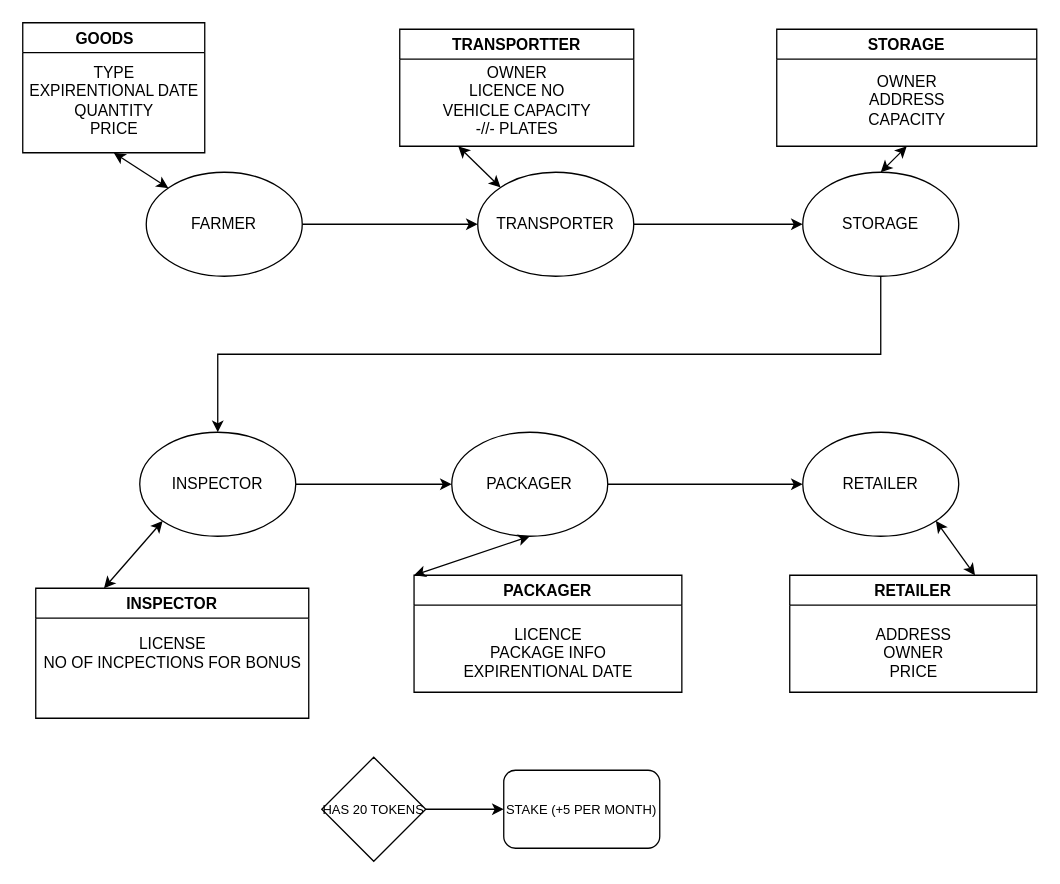
Before: Untitled Diagram.drawio in gianniskok/agricultural-sc, a draw.io diagram. Source tidied: cells renumbered, new cells numbered last; positions are measured from the earlier drawing's top-left corner, leaving out a move shared by most shapes. Both pictures are drawn from the tidied source at 130%, with x=0, y=0 at pixel (22, 22).
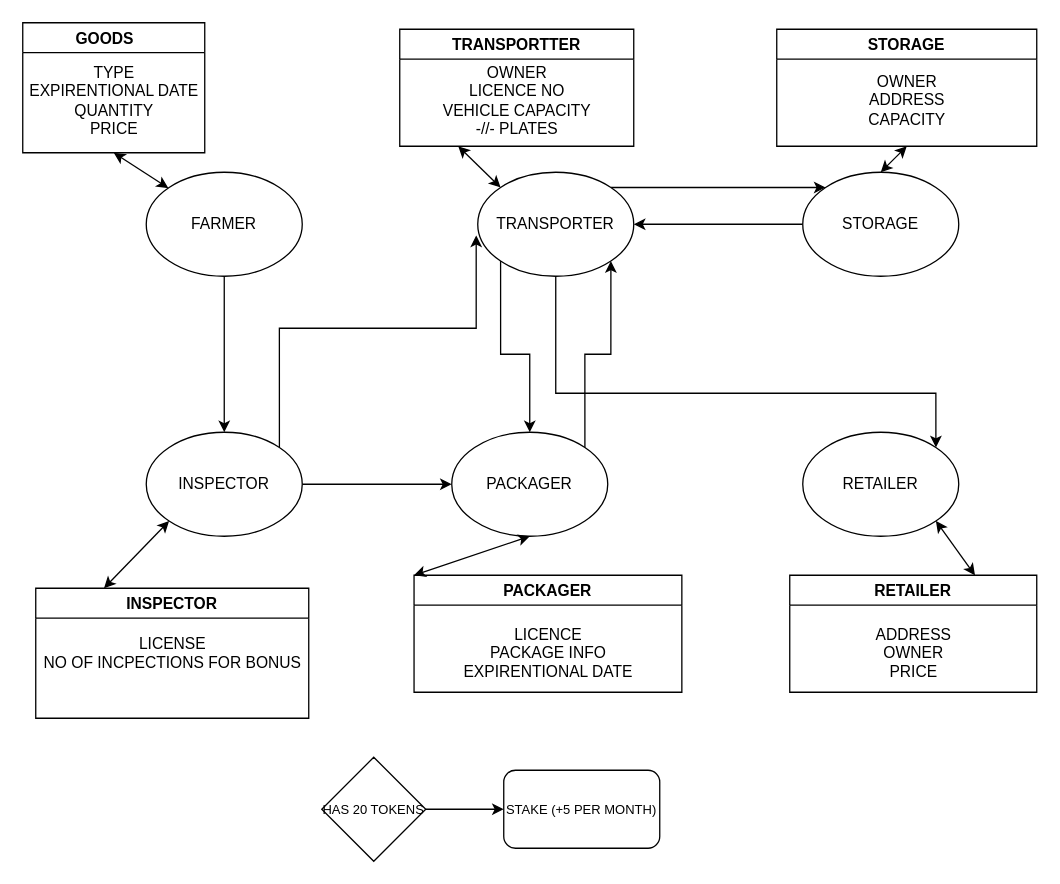
Above is the later version.

The change refers to these unchanged cells:
```xml
<mxCell id="6" value="PACKAGER" style="ellipse;whiteSpace=wrap;html=1;" parent="1" vertex="1">
  <mxGeometry x="330" y="315" width="120" height="80" as="geometry" />
</mxCell>
<mxCell id="7" value="RETAILER" style="ellipse;whiteSpace=wrap;html=1;" parent="1" vertex="1">
  <mxGeometry x="600" y="315" width="120" height="80" as="geometry" />
</mxCell>
<mxCell id="11" value="STORAGE" style="ellipse;whiteSpace=wrap;html=1;" parent="1" vertex="1">
  <mxGeometry x="600" y="115" width="120" height="80" as="geometry" />
</mxCell>
<mxCell id="13" value="TRANSPORTER" style="ellipse;whiteSpace=wrap;html=1;" parent="1" vertex="1">
  <mxGeometry x="350" y="115" width="120" height="80" as="geometry" />
</mxCell>
<mxCell id="15" value="&lt;div&gt;FARMER&lt;/div&gt;" style="ellipse;whiteSpace=wrap;html=1;" parent="1" vertex="1">
  <mxGeometry x="95" y="115" width="120" height="80" as="geometry" />
</mxCell>
```

Diff of the diagram source:
```diff
@@
-    <mxCell id="5" style="edgeStyle=orthogonalEdgeStyle;rounded=0;jettySize=auto;html=1;exitX=1;exitY=0.5;exitDx=0;exitDy=0;entryX=0;entryY=0.5;entryDx=0;entryDy=0;" parent="1" edge="1" source="6" target="7">
-      <mxGeometry relative="1" as="geometry" />
-    </mxCell>
+    <mxCell id="34" style="edgeStyle=orthogonalEdgeStyle;rounded=0;jettySize=auto;html=1;exitX=1;exitY=0;exitDx=0;exitDy=0;entryX=1;entryY=1;entryDx=0;entryDy=0;" parent="1" edge="1" source="6" target="13">
+      <mxGeometry relative="1" as="geometry" />
+    </mxCell>
@@
+    <mxCell id="35" style="edgeStyle=orthogonalEdgeStyle;rounded=0;jettySize=auto;html=1;exitX=1;exitY=0;exitDx=0;exitDy=0;entryX=-0.01;entryY=0.607;entryDx=0;entryDy=0;entryPerimeter=0;" parent="1" edge="1" source="9" target="13">
+      <mxGeometry relative="1" as="geometry">
+        <Array as="points">
+          <mxPoint x="197" y="235" />
+          <mxPoint x="349" y="235" />
+        </Array>
+      </mxGeometry>
+    </mxCell>
     <mxCell id="9" value="INSPECTOR" style="ellipse;whiteSpace=wrap;html=1;" parent="1" vertex="1">
-      <mxGeometry x="90" y="315" width="120" height="80" as="geometry" />
+      <mxGeometry x="95" y="315" width="120" height="80" as="geometry" />
     </mxCell>
-    <mxCell id="10" style="edgeStyle=orthogonalEdgeStyle;rounded=0;jettySize=auto;html=1;exitX=0.5;exitY=1;exitDx=0;exitDy=0;entryX=0.5;entryY=0;entryDx=0;entryDy=0;" parent="1" edge="1" source="11" target="9">
-      <mxGeometry relative="1" as="geometry" />
-    </mxCell>
+    <mxCell id="36" style="edgeStyle=orthogonalEdgeStyle;rounded=0;jettySize=auto;html=1;exitX=0;exitY=0.5;exitDx=0;exitDy=0;entryX=1;entryY=0.5;entryDx=0;entryDy=0;" parent="1" edge="1" source="11" target="13">
+      <mxGeometry relative="1" as="geometry" />
+    </mxCell>
@@
+    <mxCell id="37" style="edgeStyle=orthogonalEdgeStyle;rounded=0;jettySize=auto;html=1;exitX=0.5;exitY=1;exitDx=0;exitDy=0;entryX=1;entryY=0;entryDx=0;entryDy=0;" parent="1" edge="1" source="13" target="7">
+      <mxGeometry relative="1" as="geometry">
+        <Array as="points">
+          <mxPoint x="410" y="285" />
+          <mxPoint x="702" y="285" />
+        </Array>
+      </mxGeometry>
+    </mxCell>
+    <mxCell id="38" style="edgeStyle=orthogonalEdgeStyle;rounded=0;jettySize=auto;html=1;exitX=0;exitY=1;exitDx=0;exitDy=0;" parent="1" edge="1" source="13" target="6">
+      <mxGeometry relative="1" as="geometry" />
+    </mxCell>
-    <mxCell id="12" style="edgeStyle=orthogonalEdgeStyle;rounded=0;jettySize=auto;html=1;exitX=1;exitY=0.5;exitDx=0;exitDy=0;entryX=0;entryY=0.5;entryDx=0;entryDy=0;" parent="1" edge="1" source="13" target="11">
+    <mxCell id="12" style="edgeStyle=orthogonalEdgeStyle;rounded=0;jettySize=auto;html=1;exitX=1;exitY=0;exitDx=0;exitDy=0;entryX=0;entryY=0;entryDx=0;entryDy=0;" parent="1" edge="1" source="13" target="11">
       <mxGeometry relative="1" as="geometry" />
     </mxCell>
@@
-    <mxCell id="14" style="edgeStyle=orthogonalEdgeStyle;rounded=0;jettySize=auto;html=1;exitX=1;exitY=0.5;exitDx=0;exitDy=0;entryX=0;entryY=0.5;entryDx=0;entryDy=0;" parent="1" edge="1" source="15" target="13">
-      <mxGeometry relative="1" as="geometry" />
-    </mxCell>
+    <mxCell id="39" style="edgeStyle=orthogonalEdgeStyle;rounded=0;jettySize=auto;html=1;exitX=0.5;exitY=1;exitDx=0;exitDy=0;entryX=0.5;entryY=0;entryDx=0;entryDy=0;" parent="1" edge="1" source="15" target="9">
+      <mxGeometry relative="1" as="geometry" />
+    </mxCell>
```
